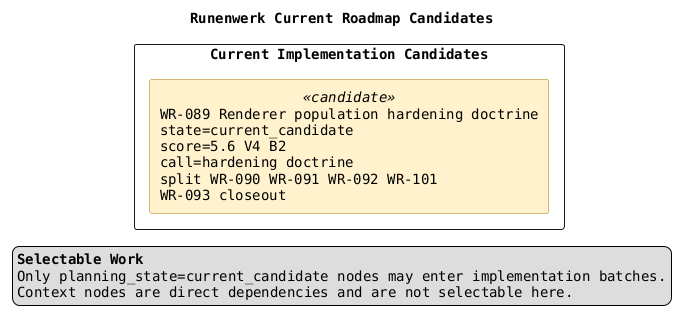
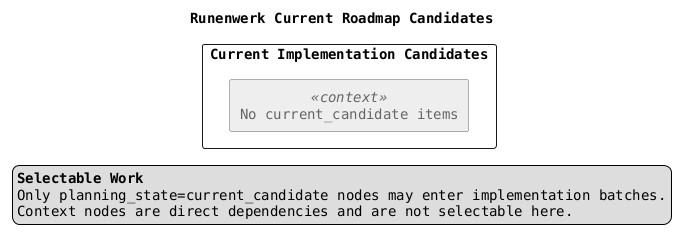
@startuml
title Runenwerk Current Roadmap Candidates

top to bottom direction
skinparam componentStyle rectangle
skinparam shadowing false
skinparam packageStyle rectangle
skinparam defaultFontName Monospaced

skinparam component {
  BackgroundColor<<candidate>> #FFF2CC
  BorderColor<<candidate>> #AA7700
  BackgroundColor<<context>> #EEEEEE
  BorderColor<<context>> #666666
  FontColor<<context>> #666666
}

legend right
  <b>Selectable Work</b>
  Only planning_state=current_candidate nodes may enter implementation batches.
  Context nodes are direct dependencies and are not selectable here.
endlegend

package "Current Implementation Candidates" {
-   component "WR-089 Renderer population hardening doctrine\nstate=current_candidate\nscore=5.6 V4 B2\ncall=hardening doctrine\nsplit WR-090 WR-091 WR-092 WR-101\nWR-093 closeout" as RENDERPOPHARDEN <<candidate>>
+   component "No current_candidate items" as NO_CANDIDATES <<context>>

}


@enduml
